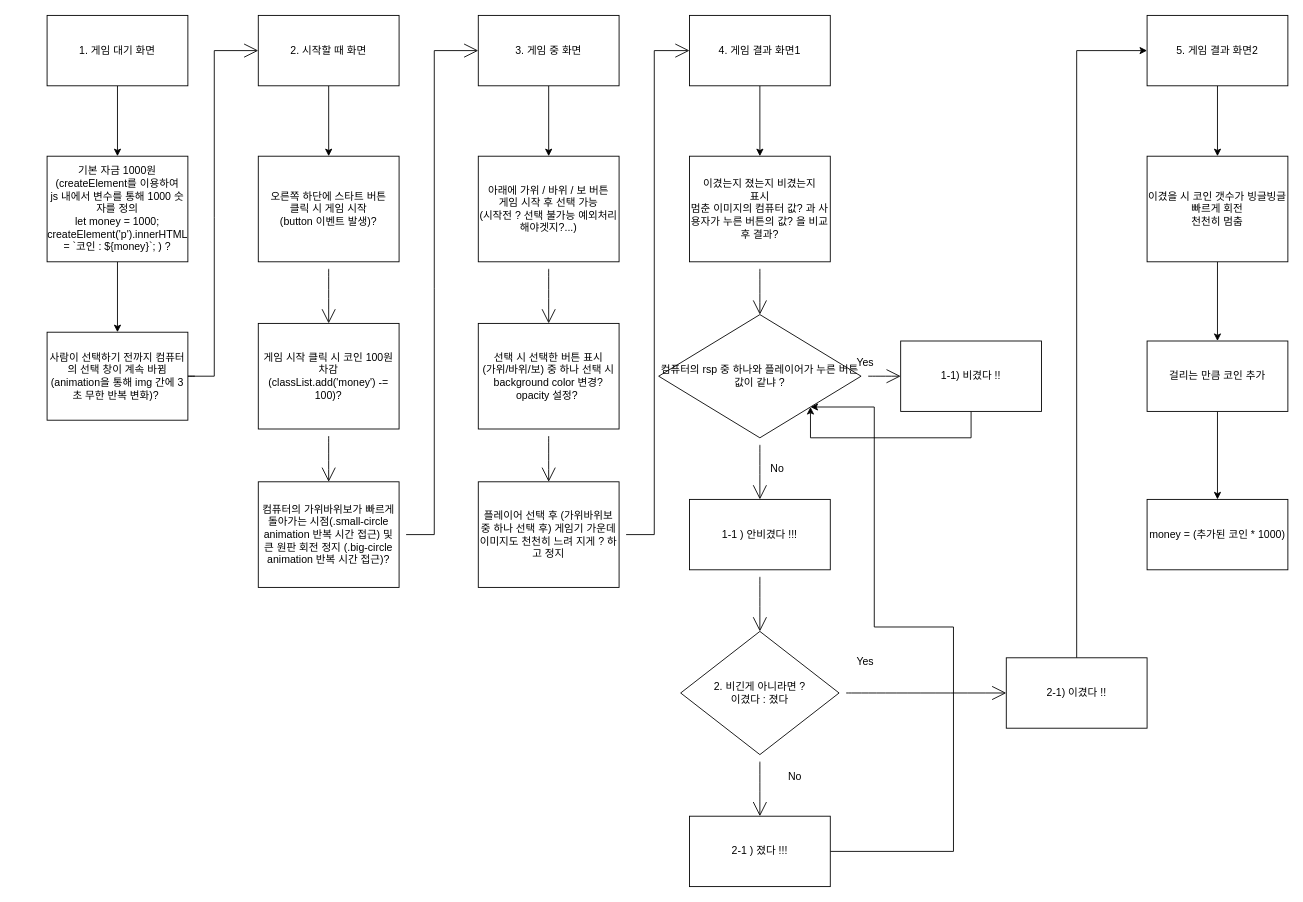
Above: 220915/homework/rspGame.drawio in JJeonghyun/blockchain7 (draw.io), before the change. Source tidied: cells renumbered, new cells numbered last; positions are measured from the earlier drawing's top-left corner, leaving out a move shared by most shapes. Both pictures are drawn from the tidied source at 88%, with x=0, y=0 at pixel (47, 15).
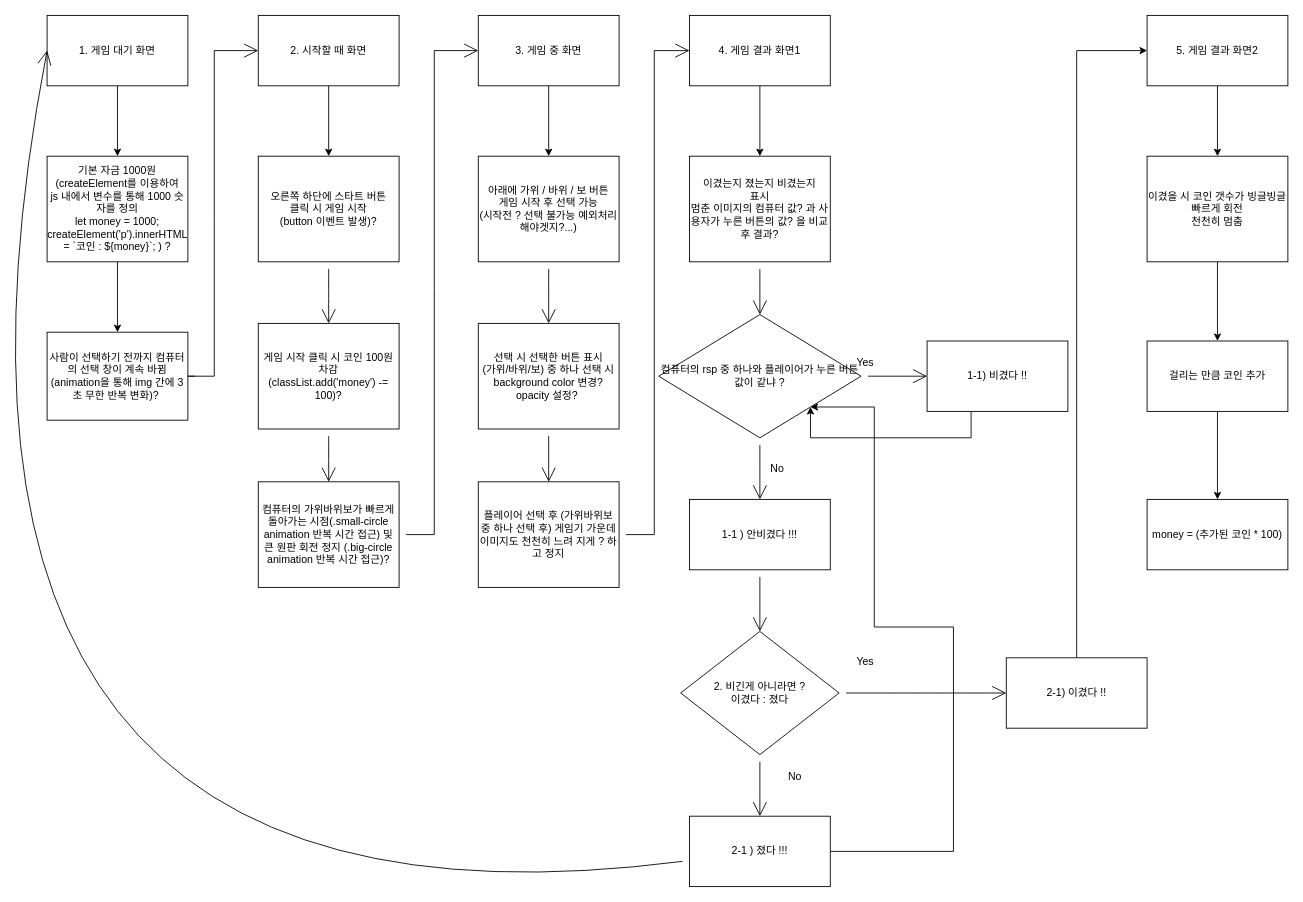
Above is the later version.

The change refers to these unchanged cells:
```xml
<mxCell id="8" value="1. 게임 대기 화면" style="rounded=0;whiteSpace=wrap;html=1;" parent="1" vertex="1">
  <mxGeometry width="160" height="80" as="geometry" />
</mxCell>
<mxCell id="37" value="2-1 ) 졌다 !!!" style="rounded=0;whiteSpace=wrap;html=1;hachureGap=4;" parent="1" vertex="1">
  <mxGeometry x="730" y="910" width="160" height="80" as="geometry" />
</mxCell>
```

Change to the diagram source:
```diff
@@
-    <mxCell id="33" value="money = (추가된 코인 * 1000)" style="rounded=0;whiteSpace=wrap;html=1;hachureGap=4;" parent="1" vertex="1">
+    <mxCell id="33" value="money = (추가된 코인 * 100)" style="rounded=0;whiteSpace=wrap;html=1;hachureGap=4;" parent="1" vertex="1">
       <mxGeometry x="1250" y="550" width="160" height="80" as="geometry" />
     </mxCell>
@@
+    <mxCell id="54" style="edgeStyle=none;curved=1;rounded=0;jettySize=auto;html=1;entryX=0;entryY=0.5;entryDx=0;entryDy=0;endArrow=open;startSize=14;endSize=14;sourcePerimeterSpacing=8;targetPerimeterSpacing=8;" parent="1" edge="1" source="37" target="8">
+      <mxGeometry relative="1" as="geometry">
+        <Array as="points">
+          <mxPoint x="-200" y="1080" />
+        </Array>
+      </mxGeometry>
+    </mxCell>
@@
     <mxCell id="39" value="1-1) 비겼다 !!" style="rounded=0;whiteSpace=wrap;html=1;hachureGap=4;" parent="1" vertex="1">
-      <mxGeometry x="970" y="370" width="160" height="80" as="geometry" />
+      <mxGeometry x="1000" y="370" width="160" height="80" as="geometry" />
     </mxCell>
```
